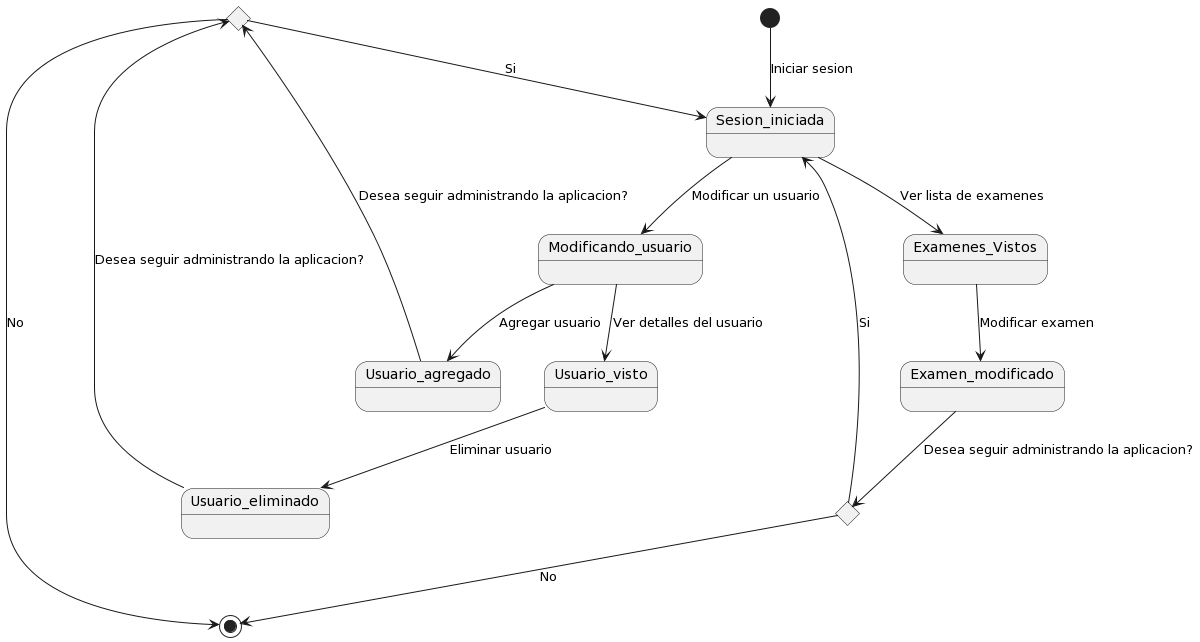
Carverz/IS-022023_Proyecto-Grupo-4 keeps this PlantUML diagram as out/docs/useCases/DiagramaDeEstadosDeUseCasesAdmin/DiagramaDeEstadosDeUseCasesAdmin.png. Above is the earlier version.
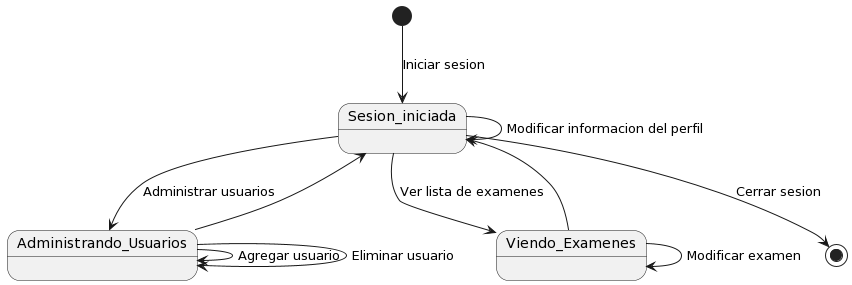
Above is the later version.

Change to the diagram source:
```diff
@@ -1,22 +1,16 @@
 @startuml
 skinparam Style strictuml
 
-state choice1 <<choice>>
-state choice2 <<choice>>
+
 [*] --> Sesion_iniciada: Iniciar sesion
-Sesion_iniciada --> Modificando_usuario: Modificar un usuario
-Modificando_usuario --> Usuario_agregado: Agregar usuario
-Usuario_agregado --> choice1: Desea seguir administrando la aplicacion?
-choice1 --> Sesion_iniciada: Si
-choice1 --> [*]: No
-Modificando_usuario --> Usuario_visto: Ver detalles del usuario
-Usuario_visto --> Usuario_eliminado: Eliminar usuario
-Usuario_eliminado --> choice1: Desea seguir administrando la aplicacion?
+Sesion_iniciada --> Sesion_iniciada: Modificar informacion del perfil
+Sesion_iniciada --> Administrando_Usuarios: Administrar usuarios
+Administrando_Usuarios --> Administrando_Usuarios: Agregar usuario
+Administrando_Usuarios --> Administrando_Usuarios: Eliminar usuario
+Administrando_Usuarios --> Sesion_iniciada
 
-
-Sesion_iniciada --> Examenes_Vistos: Ver lista de examenes
-Examenes_Vistos --> Examen_modificado: Modificar examen
-Examen_modificado --> choice2: Desea seguir administrando la aplicacion?
-choice2 --> Sesion_iniciada: Si
-choice2 --> [*]: No
+Sesion_iniciada --> Viendo_Examenes: Ver lista de examenes
+Viendo_Examenes --> Viendo_Examenes: Modificar examen
+Viendo_Examenes --> Sesion_iniciada
+Sesion_iniciada --> [*]: Cerrar sesion
 @enduml
```
